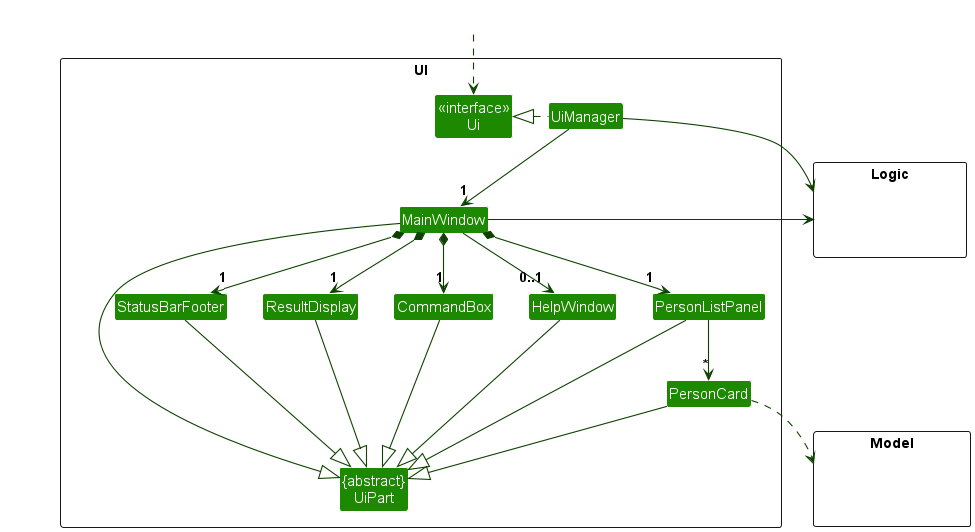
Earlier version of the PlantUML export docs/images/UiClassDiagram.png (nus-cs2103-AY2425S1/tp).
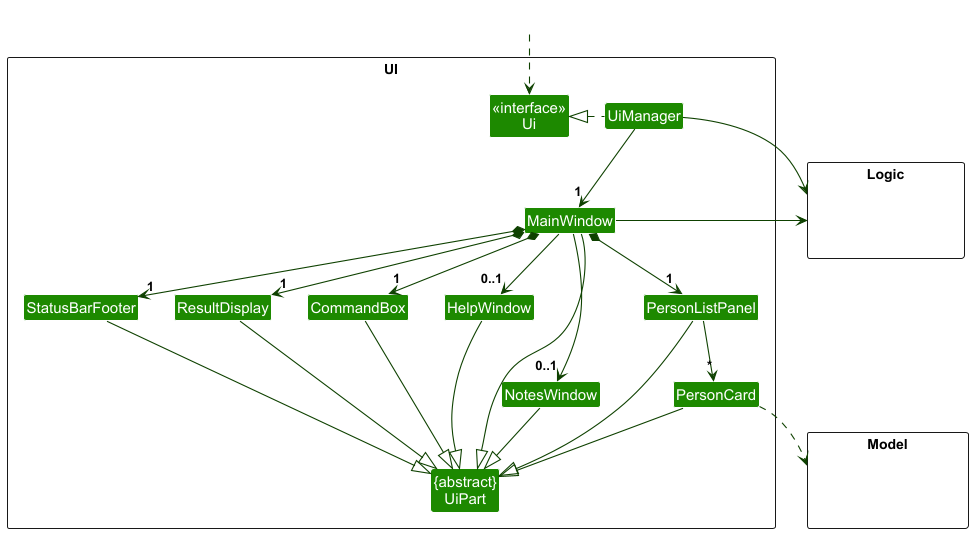
Later version of the same file.

Diff of the diagram source:
```diff
@@ -5,24 +5,34 @@
 skinparam classBackgroundColor UI_COLOR
 
 package UI <<Rectangle>>{
-Class "<<interface>>\nUi" as Ui
-Class "{abstract}\nUiPart" as UiPart
-Class UiManager
-Class MainWindow
-Class HelpWindow
-Class ResultDisplay
-Class PersonListPanel
-Class PersonCard
-Class StatusBarFooter
-Class CommandBox
+  Class "<<interface>>\nUi" as Ui
+  Class "{abstract}\nUiPart" as UiPart
+  Class UiManager
+  Class MainWindow
+  Class HelpWindow
+  Class ResultDisplay
+  Class PersonListPanel
+  Class PersonCard {
+    - Label name
+    - Label id
+    - Label phone
+    - Label address
+    - Label email
+    - ImageView phoneIcon
+    - ImageView addressIcon
+    - ImageView emailIcon
+  }
+  Class StatusBarFooter
+  Class CommandBox
+  Class NotesWindow
 }
 
 package Model <<Rectangle>> {
-Class HiddenModel #FFFFFF
+  Class HiddenModel #FFFFFF
 }
 
 package Logic <<Rectangle>> {
-Class HiddenLogic #FFFFFF
+  Class HiddenLogic #FFFFFF
 }
 
 Class HiddenOutside #FFFFFF
@@ -35,6 +45,7 @@
 MainWindow *-down-> "1" PersonListPanel
 MainWindow *-down-> "1" StatusBarFooter
 MainWindow --> "0..1" HelpWindow
+MainWindow --> "0..1" NotesWindow
 
 PersonListPanel -down-> "*" PersonCard
 
@@ -46,6 +57,7 @@
 PersonCard --|> UiPart
 StatusBarFooter --|> UiPart
 HelpWindow --|> UiPart
+NotesWindow --|> UiPart
 
 PersonCard ..> Model
 UiManager -right-> Logic
```
